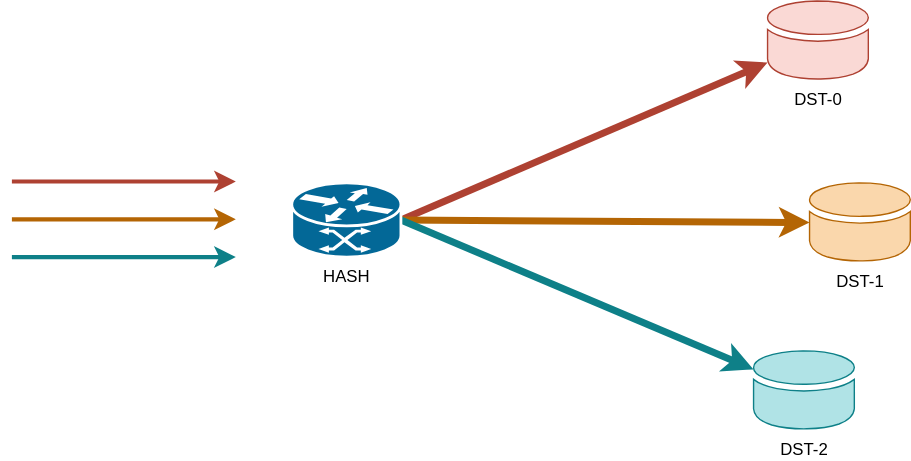
The draw.io diagram support/drawio/ntwrk_05.drawio.svg in IgorAlov/pg_pool2_ng, before a commit. Source tidied: cells renumbered, new cells last; positions are measured from the earlier drawing's top-left corner, leaving out a move shared by most shapes. The source it was exported from:
```xml
<mxGraphModel>
  <root>
    <mxCell id="0" />
    <mxCell id="1" parent="0" />
    <mxCell id="2" style="edgeStyle=none;html=1;exitX=1;exitY=0.5;exitDx=0;exitDy=0;exitPerimeter=0;strokeWidth=5;fillColor=#fad9d5;strokeColor=#ae4132;flowAnimation=1;" parent="1" edge="1" source="5" target="7">
      <mxGeometry relative="1" as="geometry" />
    </mxCell>
    <mxCell id="3" style="edgeStyle=none;html=1;exitX=1;exitY=0.5;exitDx=0;exitDy=0;exitPerimeter=0;strokeWidth=5;fillColor=#fad7ac;strokeColor=#b46504;flowAnimation=1;" parent="1" edge="1" source="5" target="6">
      <mxGeometry relative="1" as="geometry" />
    </mxCell>
    <mxCell id="4" style="edgeStyle=none;html=1;exitX=1;exitY=0.5;exitDx=0;exitDy=0;exitPerimeter=0;strokeWidth=5;fillColor=#b0e3e6;strokeColor=#0e8088;flowAnimation=1;" parent="1" edge="1" source="5" target="8">
      <mxGeometry relative="1" as="geometry" />
    </mxCell>
    <mxCell id="5" value="HASH" style="shape=mxgraph.cisco.routers.atm_router;sketch=0;html=1;dashed=0;fillColor=#036897;strokeColor=#ffffff;strokeWidth=2;verticalLabelPosition=bottom;verticalAlign=top;align=center;outlineConnect=0;" parent="1" vertex="1">
      <mxGeometry x="200" y="130" width="78" height="53" as="geometry" />
    </mxCell>
    <mxCell id="6" value="DST-1" style="sketch=0;shadow=0;dashed=0;html=1;strokeColor=#b46504;labelPosition=center;verticalLabelPosition=bottom;verticalAlign=top;outlineConnect=0;align=center;shape=mxgraph.office.databases.database_mini_1;fillColor=#fad7ac;" parent="1" vertex="1">
      <mxGeometry x="570" y="130" width="72" height="57" as="geometry" />
    </mxCell>
    <mxCell id="7" value="DST-0" style="sketch=0;shadow=0;dashed=0;html=1;strokeColor=#ae4132;labelPosition=center;verticalLabelPosition=bottom;verticalAlign=top;outlineConnect=0;align=center;shape=mxgraph.office.databases.database_mini_1;fillColor=#fad9d5;" parent="1" vertex="1">
      <mxGeometry x="540" width="72" height="57" as="geometry" />
    </mxCell>
    <mxCell id="8" value="DST-2" style="sketch=0;shadow=0;dashed=0;html=1;strokeColor=#0e8088;labelPosition=center;verticalLabelPosition=bottom;verticalAlign=top;outlineConnect=0;align=center;shape=mxgraph.office.databases.database_mini_1;fillColor=#b0e3e6;" parent="1" vertex="1">
      <mxGeometry x="530" y="250" width="72" height="57" as="geometry" />
    </mxCell>
    <mxCell id="9" style="edgeStyle=none;orthogonalLoop=1;jettySize=auto;html=1;strokeWidth=3;fillColor=#fad9d5;strokeColor=#ae4132;flowAnimation=1;" parent="1" edge="1">
      <mxGeometry relative="1" as="geometry">
        <mxPoint y="129" as="sourcePoint" />
        <mxPoint x="160" y="129" as="targetPoint" />
      </mxGeometry>
    </mxCell>
    <mxCell id="10" style="edgeStyle=none;orthogonalLoop=1;jettySize=auto;html=1;strokeWidth=3;fillColor=#fad7ac;strokeColor=#b46504;flowAnimation=1;" parent="1" edge="1">
      <mxGeometry relative="1" as="geometry">
        <mxPoint y="156" as="sourcePoint" />
        <mxPoint x="160" y="156" as="targetPoint" />
      </mxGeometry>
    </mxCell>
    <mxCell id="11" style="edgeStyle=none;orthogonalLoop=1;jettySize=auto;html=1;strokeWidth=3;fillColor=#b0e3e6;strokeColor=#0e8088;flowAnimation=1;" parent="1" edge="1">
      <mxGeometry relative="1" as="geometry">
        <mxPoint y="183" as="sourcePoint" />
        <mxPoint x="160" y="183" as="targetPoint" />
      </mxGeometry>
    </mxCell>
  </root>
</mxGraphModel>
```
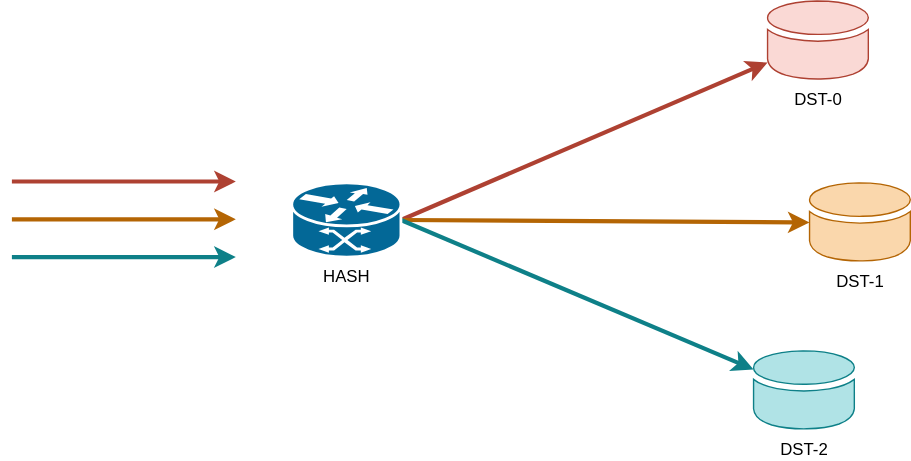
Above is the later version.

What changed in the source:
```diff
@@ -2,13 +2,13 @@
   <root>
     <mxCell id="0" />
     <mxCell id="1" parent="0" />
-    <mxCell id="2" style="edgeStyle=none;html=1;exitX=1;exitY=0.5;exitDx=0;exitDy=0;exitPerimeter=0;strokeWidth=5;fillColor=#fad9d5;strokeColor=#ae4132;flowAnimation=1;" parent="1" edge="1" source="5" target="7">
+    <mxCell id="2" style="edgeStyle=none;html=1;exitX=1;exitY=0.5;exitDx=0;exitDy=0;exitPerimeter=0;strokeWidth=3;fillColor=#fad9d5;strokeColor=#ae4132;flowAnimation=1;" parent="1" edge="1" source="5" target="7">
       <mxGeometry relative="1" as="geometry" />
     </mxCell>
-    <mxCell id="3" style="edgeStyle=none;html=1;exitX=1;exitY=0.5;exitDx=0;exitDy=0;exitPerimeter=0;strokeWidth=5;fillColor=#fad7ac;strokeColor=#b46504;flowAnimation=1;" parent="1" edge="1" source="5" target="6">
+    <mxCell id="3" style="edgeStyle=none;html=1;exitX=1;exitY=0.5;exitDx=0;exitDy=0;exitPerimeter=0;strokeWidth=3;fillColor=#fad7ac;strokeColor=#b46504;flowAnimation=1;" parent="1" edge="1" source="5" target="6">
       <mxGeometry relative="1" as="geometry" />
     </mxCell>
-    <mxCell id="4" style="edgeStyle=none;html=1;exitX=1;exitY=0.5;exitDx=0;exitDy=0;exitPerimeter=0;strokeWidth=5;fillColor=#b0e3e6;strokeColor=#0e8088;flowAnimation=1;" parent="1" edge="1" source="5" target="8">
+    <mxCell id="4" style="edgeStyle=none;html=1;exitX=1;exitY=0.5;exitDx=0;exitDy=0;exitPerimeter=0;strokeWidth=3;fillColor=#b0e3e6;strokeColor=#0e8088;flowAnimation=1;" parent="1" edge="1" source="5" target="8">
       <mxGeometry relative="1" as="geometry" />
     </mxCell>
     <mxCell id="5" value="HASH" style="shape=mxgraph.cisco.routers.atm_router;sketch=0;html=1;dashed=0;fillColor=#036897;strokeColor=#ffffff;strokeWidth=2;verticalLabelPosition=bottom;verticalAlign=top;align=center;outlineConnect=0;" parent="1" vertex="1">
```
